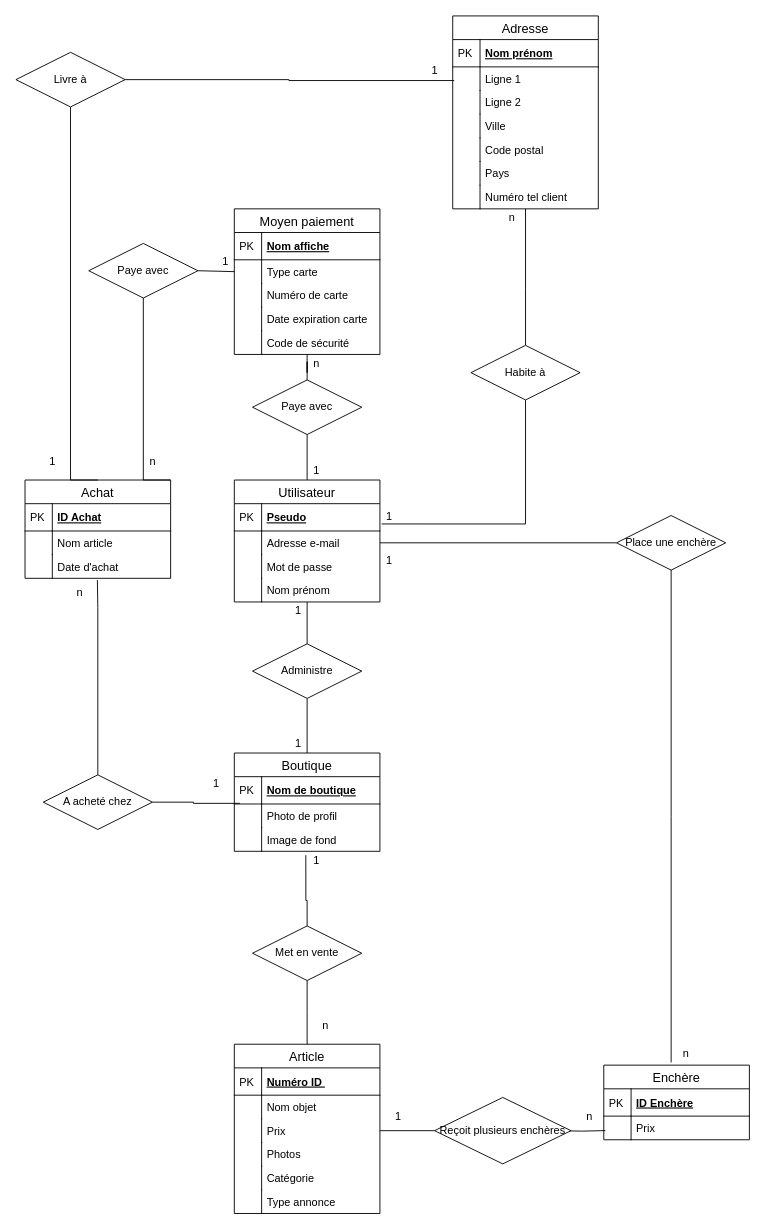
The draw.io diagram Untitled Diagram.drawio in mathis-brionne/PiscineING3, before the edit. Source tidied: cells renumbered, new cells numbered last; positions are measured from the earlier drawing's top-left corner, leaving out a move shared by most shapes. Both pictures are drawn from the tidied source at 91%, with x=0, y=0 at pixel (15, 15).
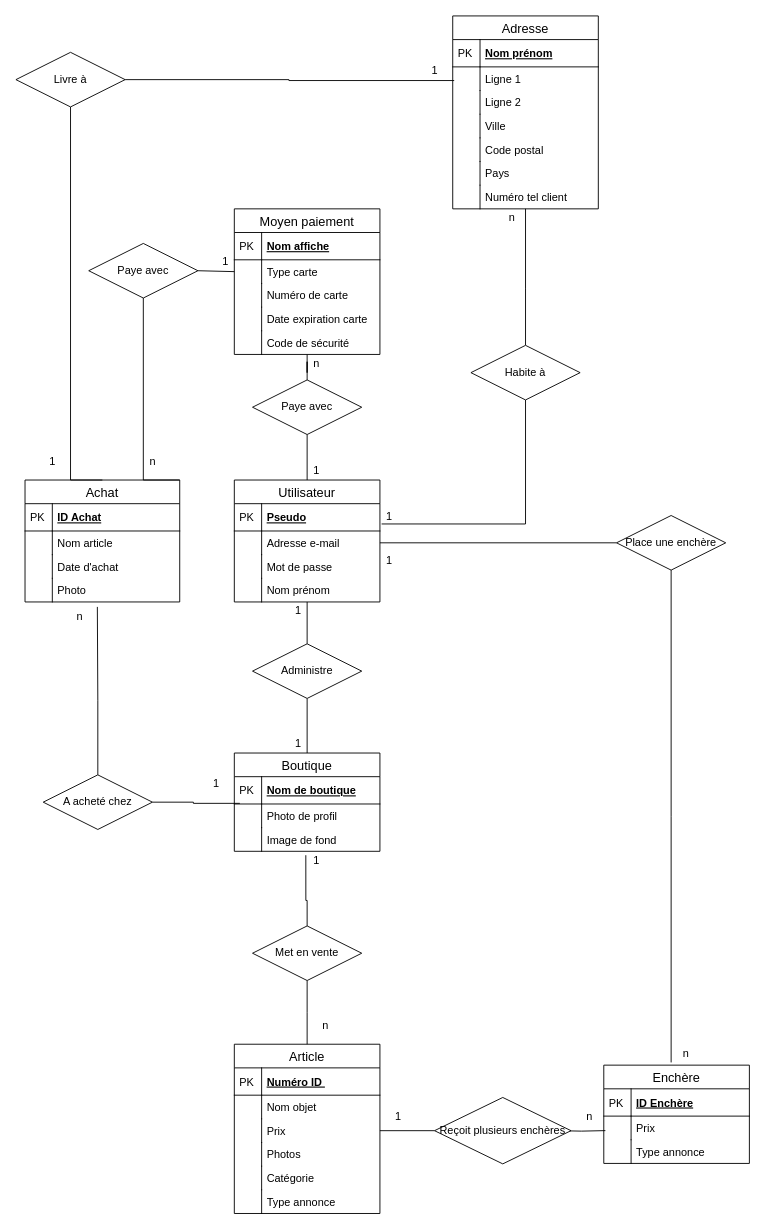
After the change.

The change refers to these unchanged cells:
```xml
<mxCell id="105" value="A acheté chez" style="shape=rhombus;perimeter=rhombusPerimeter;whiteSpace=wrap;html=1;align=center;" parent="1" vertex="1">
  <mxGeometry x="30" y="834" width="120" height="60" as="geometry" />
</mxCell>
```

The edit, as a diff of the source:
```diff
@@
     <mxCell id="59" value="Enchère" style="swimlane;fontStyle=0;horizontal=1;startSize=26;align=center;fontSize=14;" parent="1" vertex="1">
-      <mxGeometry x="646" y="1153" width="160" height="82" as="geometry" />
+      <mxGeometry x="646" y="1153" width="160" height="108" as="geometry" />
     </mxCell>
@@
+    <mxCell id="114" value="Type annonce" style="shape=partialRectangle;top=0;left=0;right=0;bottom=0;align=left;verticalAlign=top;fillColor=none;spacingLeft=34;spacingRight=4;overflow=hidden;fontSize=12;" parent="59" vertex="1">
+      <mxGeometry y="82" width="160" height="26" as="geometry" />
+    </mxCell>
+    <mxCell id="115" style="shape=partialRectangle;top=0;left=0;bottom=0;fillColor=none;align=left;verticalAlign=top;spacingLeft=4;spacingRight=4;overflow=hidden;fontSize=12;" parent="114" vertex="1">
+      <mxGeometry width="30" height="26" as="geometry" />
+    </mxCell>
@@
     <mxCell id="90" value="Achat" style="swimlane;fontStyle=0;horizontal=1;startSize=26;align=center;fontSize=14;" parent="1" vertex="1">
-      <mxGeometry x="10" y="510" width="160" height="108" as="geometry" />
+      <mxGeometry x="10" y="510" width="170" height="134" as="geometry" />
     </mxCell>
     <mxCell id="91" value="ID Achat" style="shape=partialRectangle;top=0;left=0;right=0;bottom=1;align=left;verticalAlign=middle;fillColor=none;spacingLeft=34;spacingRight=4;overflow=hidden;fontStyle=5;fontSize=12;" parent="90" vertex="1">
-      <mxGeometry y="26" width="160" height="30" as="geometry" />
+      <mxGeometry y="26" width="170" height="30" as="geometry" />
     </mxCell>
@@
     <mxCell id="93" value="Nom article" style="shape=partialRectangle;top=0;left=0;right=0;bottom=0;align=left;verticalAlign=top;fillColor=none;spacingLeft=34;spacingRight=4;overflow=hidden;fontSize=12;" parent="90" vertex="1">
-      <mxGeometry y="56" width="160" height="26" as="geometry" />
+      <mxGeometry y="56" width="170" height="26" as="geometry" />
     </mxCell>
@@
     <mxCell id="95" value="Date d'achat" style="shape=partialRectangle;top=0;left=0;right=0;bottom=0;align=left;verticalAlign=top;fillColor=none;spacingLeft=34;spacingRight=4;overflow=hidden;points=[[0,0.5],[1,0.5]];portConstraint=eastwest;fontSize=12;" parent="90" vertex="1">
-      <mxGeometry y="82" width="160" height="26" as="geometry" />
+      <mxGeometry y="82" width="170" height="26" as="geometry" />
     </mxCell>
@@
+    <mxCell id="116" value="Photo" style="shape=partialRectangle;top=0;left=0;right=0;bottom=0;align=left;verticalAlign=top;fillColor=none;spacingLeft=34;spacingRight=4;overflow=hidden;fontSize=12;" parent="90" vertex="1">
+      <mxGeometry y="108" width="170" height="26" as="geometry" />
+    </mxCell>
+    <mxCell id="117" style="shape=partialRectangle;top=0;left=0;bottom=0;fillColor=none;align=left;verticalAlign=top;spacingLeft=4;spacingRight=4;overflow=hidden;fontSize=12;" parent="116" vertex="1">
+      <mxGeometry width="30" height="26" as="geometry" />
+    </mxCell>
@@
-    <mxCell id="103" style="edgeStyle=orthogonalEdgeStyle;rounded=0;jettySize=auto;html=1;endArrow=none;endFill=0;entryX=0.497;entryY=1.077;entryDx=0;entryDy=0;entryPerimeter=0;" parent="1" edge="1" source="105" target="95">
+    <mxCell id="103" style="edgeStyle=orthogonalEdgeStyle;rounded=0;jettySize=auto;html=1;endArrow=none;endFill=0;entryX=1.474;entryY=-0.029;entryDx=0;entryDy=0;entryPerimeter=0;" parent="1" edge="1" source="105" target="109">
       <mxGeometry relative="1" as="geometry">
         <Array as="points">
-          <mxPoint x="90" y="650" />
-          <mxPoint x="90" y="650" />
+          <mxPoint x="90" y="752" />
+          <mxPoint x="89" y="630" />
         </Array>
       </mxGeometry>
     </mxCell>
@@
     <mxCell id="109" value="n" style="text;html=1;align=center;verticalAlign=middle;points=[];" parent="1" vertex="1">
-      <mxGeometry x="60" y="624" width="20" height="20" as="geometry" />
+      <mxGeometry x="60" y="650" width="20" height="20" as="geometry" />
     </mxCell>
```
